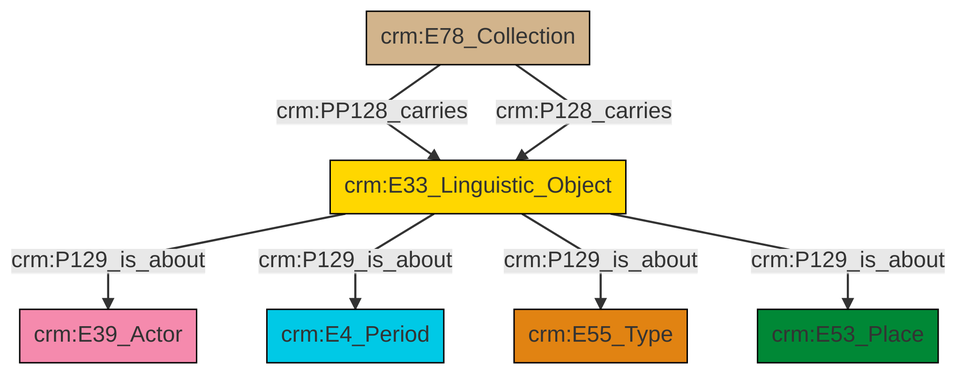
swiss-art-research-net/docs.swissartresearch keeps this Mermaid diagram as et/archivalCSV/ttl/mmd/png/archival_aboutness.png. Above is the earlier version. Its source is kept beside it as et/archivalCSV/ttl/mmd/archival_aboutness.ttl.mmd.
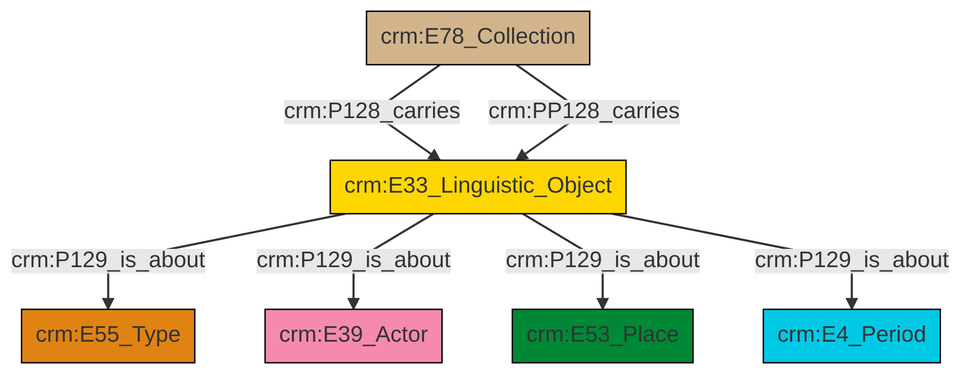
Above is the later version.

The edit, as a diff of the source:
```diff
@@ -13,9 +13,9 @@
 classDef PC_Classes fill:#4ce600, stroke:#000000;
 classDef Multi fill:#cccccc,stroke:#000000;
 
-2["crm:E33_Linguistic_Object"]:::Conceptual_Object -->|crm:P129_is_about| 4["crm:E39_Actor"]:::Actor
-2["crm:E33_Linguistic_Object"]:::Conceptual_Object -->|crm:P129_is_about| 8["crm:E4_Period"]:::Temporal_Entity
-2["crm:E33_Linguistic_Object"]:::Conceptual_Object -->|crm:P129_is_about| 10["crm:E55_Type"]:::Type
-2["crm:E33_Linguistic_Object"]:::Conceptual_Object -->|crm:P129_is_about| 6["crm:E53_Place"]:::Place
-0["crm:E78_Collection"]:::Physical_Thing -->|crm:PP128_carries| 2["crm:E33_Linguistic_Object"]:::Conceptual_Object
-0["crm:E78_Collection"]:::Physical_Thing -->|crm:P128_carries| 2["crm:E33_Linguistic_Object"]:::Conceptual_Object
+0["crm:E33_Linguistic_Object"]:::Conceptual_Object -->|crm:P129_is_about| 1["crm:E55_Type"]:::Type
+0["crm:E33_Linguistic_Object"]:::Conceptual_Object -->|crm:P129_is_about| 6["crm:E39_Actor"]:::Actor
+0["crm:E33_Linguistic_Object"]:::Conceptual_Object -->|crm:P129_is_about| 7["crm:E53_Place"]:::Place
+4["crm:E78_Collection"]:::Physical_Thing -->|crm:P128_carries| 0["crm:E33_Linguistic_Object"]:::Conceptual_Object
+0["crm:E33_Linguistic_Object"]:::Conceptual_Object -->|crm:P129_is_about| 9["crm:E4_Period"]:::Temporal_Entity
+4["crm:E78_Collection"]:::Physical_Thing -->|crm:PP128_carries| 0["crm:E33_Linguistic_Object"]:::Conceptual_Object
```
